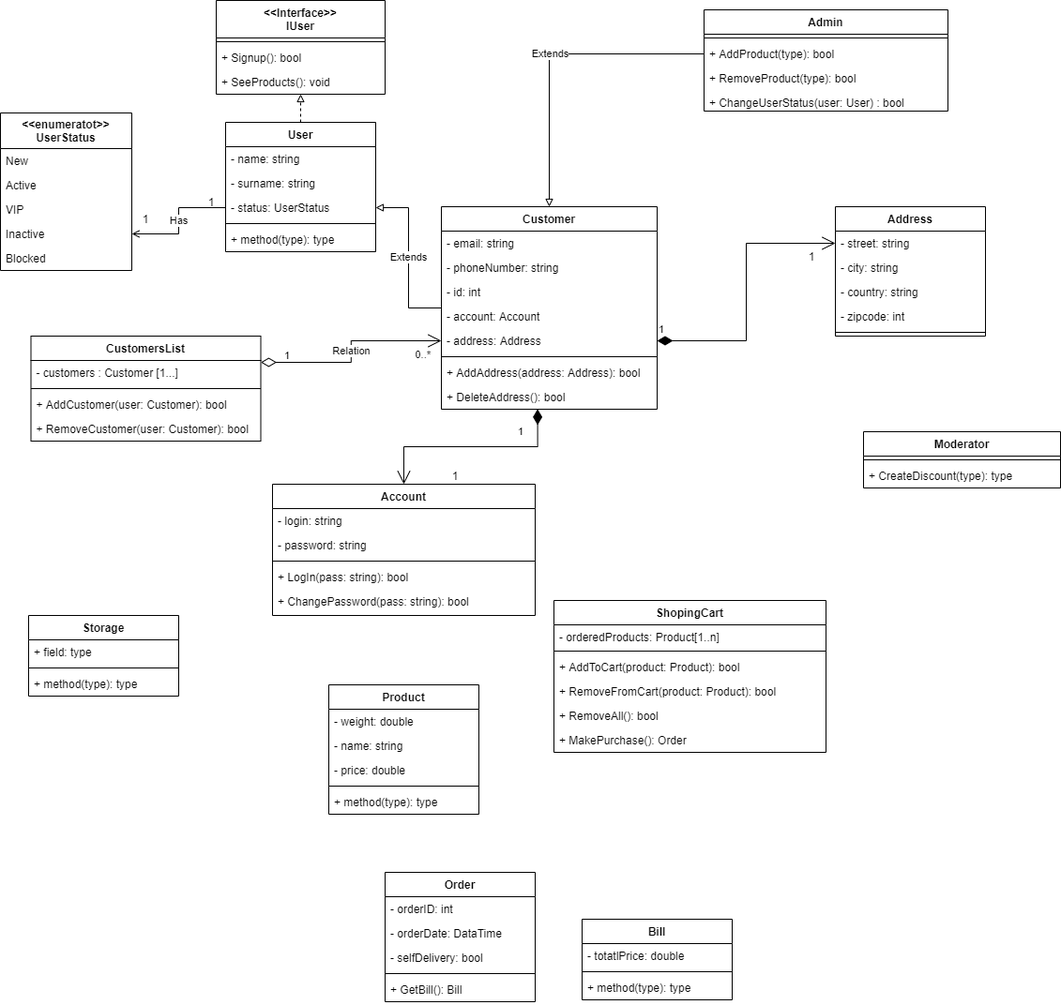
The draw.io diagram ShopConseptualUML.drawio.png in olh-msk/SigmaTask10, before a commit. Source tidied: cells renumbered, new cells last; positions are measured from the earlier drawing's top-left corner, leaving out a move shared by most shapes.
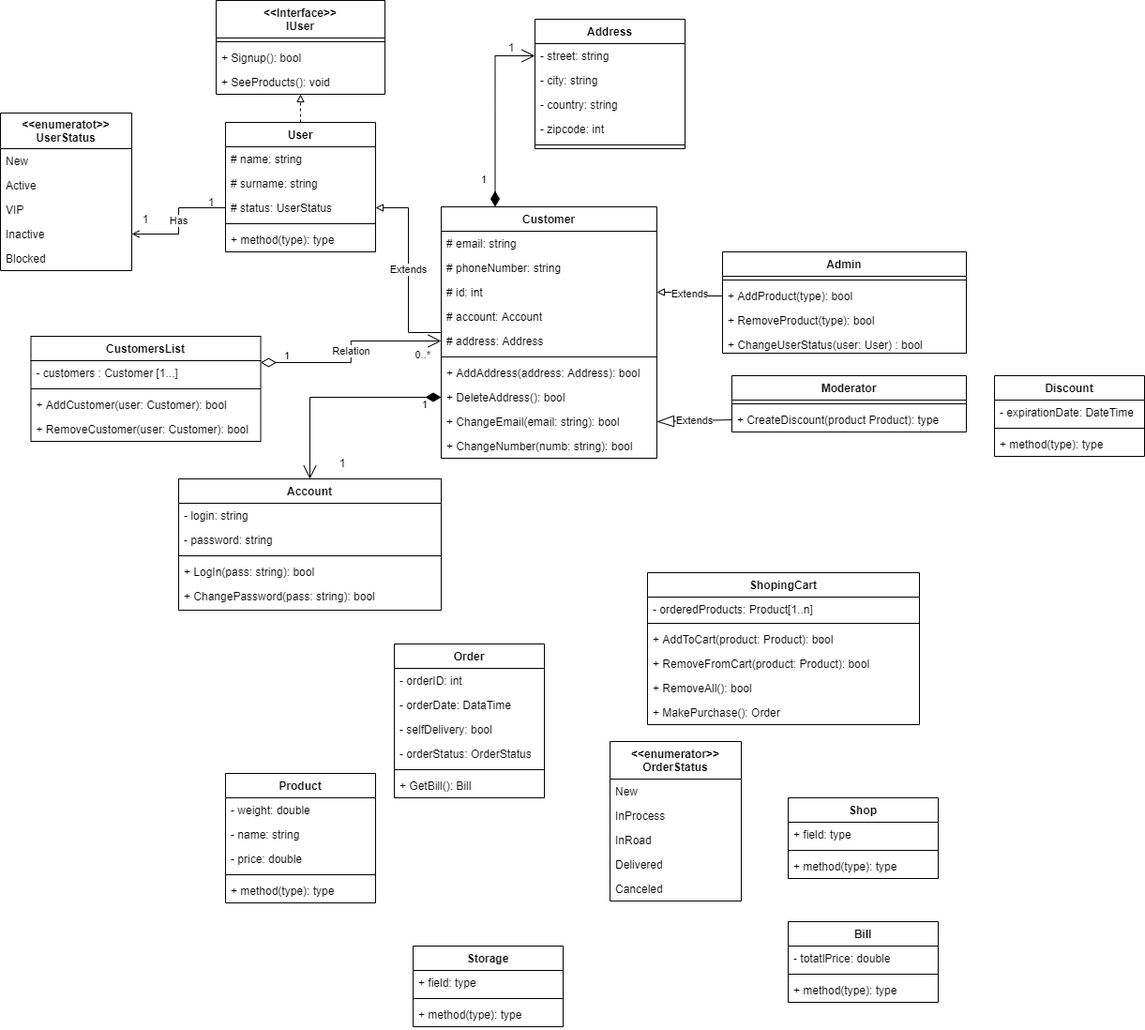
The same diagram one commit later.

The edit, as a diff of the source:
```diff
@@ -15,7 +15,7 @@
       <mxGeometry y="74" width="180" height="26" as="geometry" />
     </mxCell>
     <mxCell id="6" value="Storage" style="swimlane;fontStyle=1;align=center;verticalAlign=top;horizontal=1;startSize=26;" parent="1" vertex="1">
-      <mxGeometry x="30" y="656" width="160" height="86" as="geometry" />
+      <mxGeometry x="440" y="1008" width="160" height="86" as="geometry" />
     </mxCell>
     <mxCell id="7" value="+ field: type" style="text;strokeColor=none;fillColor=none;align=left;verticalAlign=top;spacingLeft=4;spacingRight=4;overflow=hidden;" parent="6" vertex="1">
       <mxGeometry y="26" width="160" height="26" as="geometry" />
@@ -27,7 +27,7 @@
       <mxGeometry y="60" width="160" height="26" as="geometry" />
     </mxCell>
     <mxCell id="10" value="Admin" style="swimlane;fontStyle=1;align=center;verticalAlign=top;horizontal=1;startSize=26;" parent="1" vertex="1">
-      <mxGeometry x="750" y="10" width="260" height="108" as="geometry" />
+      <mxGeometry x="770" y="268" width="260" height="108" as="geometry" />
     </mxCell>
     <mxCell id="11" style="line;strokeWidth=1;fillColor=none;align=left;verticalAlign=middle;spacingTop=-1;spacingLeft=3;spacingRight=3;labelPosition=right;" parent="10" vertex="1">
       <mxGeometry y="26" width="260" height="8" as="geometry" />
@@ -55,13 +55,13 @@
     <mxCell id="17" value="User" style="swimlane;fontStyle=1;align=center;verticalAlign=top;horizontal=1;startSize=26;" parent="1" vertex="1">
       <mxGeometry x="240" y="130" width="160" height="138" as="geometry" />
     </mxCell>
-    <mxCell id="18" value="- name: string" style="text;strokeColor=none;fillColor=none;align=left;verticalAlign=top;spacingLeft=4;spacingRight=4;overflow=hidden;" parent="17" vertex="1">
+    <mxCell id="18" value="# name: string" style="text;strokeColor=none;fillColor=none;align=left;verticalAlign=top;spacingLeft=4;spacingRight=4;overflow=hidden;" parent="17" vertex="1">
       <mxGeometry y="26" width="160" height="26" as="geometry" />
     </mxCell>
-    <mxCell id="19" value="- surname: string" style="text;strokeColor=none;fillColor=none;align=left;verticalAlign=top;spacingLeft=4;spacingRight=4;overflow=hidden;" parent="17" vertex="1">
+    <mxCell id="19" value="# surname: string" style="text;strokeColor=none;fillColor=none;align=left;verticalAlign=top;spacingLeft=4;spacingRight=4;overflow=hidden;" parent="17" vertex="1">
       <mxGeometry y="52" width="160" height="26" as="geometry" />
     </mxCell>
-    <mxCell id="20" value="- status: UserStatus" style="text;strokeColor=none;fillColor=none;align=left;verticalAlign=top;spacingLeft=4;spacingRight=4;overflow=hidden;points=[[0,0.5],[1,0.5]];portConstraint=eastwest;" parent="17" vertex="1">
+    <mxCell id="20" value="# status: UserStatus" style="text;strokeColor=none;fillColor=none;align=left;verticalAlign=top;spacingLeft=4;spacingRight=4;overflow=hidden;points=[[0,0.5],[1,0.5]];portConstraint=eastwest;" parent="17" vertex="1">
       <mxGeometry y="78" width="160" height="26" as="geometry" />
     </mxCell>
     <mxCell id="21" style="line;strokeWidth=1;fillColor=none;align=left;verticalAlign=middle;spacingTop=-1;spacingLeft=3;spacingRight=3;labelPosition=right;" parent="17" vertex="1">
@@ -71,7 +71,7 @@
       <mxGeometry y="112" width="160" height="26" as="geometry" />
     </mxCell>
     <mxCell id="23" value="Address" style="swimlane;fontStyle=1;align=center;verticalAlign=top;horizontal=1;startSize=26;" parent="1" vertex="1">
-      <mxGeometry x="890" y="220" width="160" height="138" as="geometry" />
+      <mxGeometry x="570" y="20" width="160" height="138" as="geometry" />
     </mxCell>
     <mxCell id="24" value="- street: string" style="text;strokeColor=none;fillColor=none;align=left;verticalAlign=top;spacingLeft=4;spacingRight=4;overflow=hidden;points=[[0,0.5],[1,0.5]];portConstraint=eastwest;" parent="23" vertex="1">
       <mxGeometry y="26" width="160" height="26" as="geometry" />
@@ -89,7 +89,7 @@
       <mxGeometry y="130" width="160" height="8" as="geometry" />
     </mxCell>
     <mxCell id="29" value="Account" style="swimlane;fontStyle=1;align=center;verticalAlign=top;horizontal=1;startSize=26;" parent="1" vertex="1">
-      <mxGeometry x="290" y="516" width="280" height="140" as="geometry" />
+      <mxGeometry x="190" y="510" width="280" height="140" as="geometry" />
     </mxCell>
     <mxCell id="30" value="- login: string" style="text;strokeColor=none;fillColor=none;align=left;verticalAlign=top;spacingLeft=4;spacingRight=4;overflow=hidden;" parent="29" vertex="1">
       <mxGeometry y="26" width="280" height="26" as="geometry" />
@@ -110,21 +110,21 @@
       <mxGeometry relative="1" as="geometry" />
     </mxCell>
     <mxCell id="36" value="Customer" style="swimlane;fontStyle=1;align=center;verticalAlign=top;horizontal=1;startSize=26;" parent="1" vertex="1">
-      <mxGeometry x="470" y="220" width="230" height="216" as="geometry" />
+      <mxGeometry x="470" y="220" width="230" height="268" as="geometry" />
     </mxCell>
-    <mxCell id="37" value="- email: string" style="text;strokeColor=none;fillColor=none;align=left;verticalAlign=top;spacingLeft=4;spacingRight=4;overflow=hidden;" parent="36" vertex="1">
+    <mxCell id="37" value="# email: string" style="text;strokeColor=none;fillColor=none;align=left;verticalAlign=top;spacingLeft=4;spacingRight=4;overflow=hidden;" parent="36" vertex="1">
       <mxGeometry y="26" width="230" height="26" as="geometry" />
     </mxCell>
-    <mxCell id="38" value="- phoneNumber: string" style="text;strokeColor=none;fillColor=none;align=left;verticalAlign=top;spacingLeft=4;spacingRight=4;overflow=hidden;" parent="36" vertex="1">
+    <mxCell id="38" value="# phoneNumber: string" style="text;strokeColor=none;fillColor=none;align=left;verticalAlign=top;spacingLeft=4;spacingRight=4;overflow=hidden;" parent="36" vertex="1">
       <mxGeometry y="52" width="230" height="26" as="geometry" />
     </mxCell>
-    <mxCell id="39" value="- id: int" style="text;strokeColor=none;fillColor=none;align=left;verticalAlign=top;spacingLeft=4;spacingRight=4;overflow=hidden;points=[[0,0.5],[1,0.5]];portConstraint=eastwest;" parent="36" vertex="1">
+    <mxCell id="39" value="# id: int" style="text;strokeColor=none;fillColor=none;align=left;verticalAlign=top;spacingLeft=4;spacingRight=4;overflow=hidden;points=[[0,0.5],[1,0.5]];portConstraint=eastwest;" parent="36" vertex="1">
       <mxGeometry y="78" width="230" height="26" as="geometry" />
     </mxCell>
-    <mxCell id="40" value="- account: Account" style="text;strokeColor=none;fillColor=none;align=left;verticalAlign=top;spacingLeft=4;spacingRight=4;overflow=hidden;" parent="36" vertex="1">
+    <mxCell id="40" value="# account: Account" style="text;strokeColor=none;fillColor=none;align=left;verticalAlign=top;spacingLeft=4;spacingRight=4;overflow=hidden;" parent="36" vertex="1">
       <mxGeometry y="104" width="230" height="26" as="geometry" />
     </mxCell>
-    <mxCell id="41" value="- address: Address" style="text;strokeColor=none;fillColor=none;align=left;verticalAlign=top;spacingLeft=4;spacingRight=4;overflow=hidden;points=[[0,0.5],[1,0.5]];portConstraint=eastwest;" parent="36" vertex="1">
+    <mxCell id="41" value="# address: Address" style="text;strokeColor=none;fillColor=none;align=left;verticalAlign=top;spacingLeft=4;spacingRight=4;overflow=hidden;points=[[0,0.5],[1,0.5]];portConstraint=eastwest;" parent="36" vertex="1">
       <mxGeometry y="130" width="230" height="26" as="geometry" />
     </mxCell>
     <mxCell id="42" style="line;strokeWidth=1;fillColor=none;align=left;verticalAlign=middle;spacingTop=-1;spacingLeft=3;spacingRight=3;labelPosition=right;" parent="36" vertex="1">
@@ -136,8 +136,14 @@
     <mxCell id="44" value="+ DeleteAddress(): bool" style="text;strokeColor=none;fillColor=none;align=left;verticalAlign=top;spacingLeft=4;spacingRight=4;overflow=hidden;points=[[0,0.5],[1,0.5]];portConstraint=eastwest;" parent="36" vertex="1">
       <mxGeometry y="190" width="230" height="26" as="geometry" />
     </mxCell>
+    <mxCell id="92" value="+ ChangeEmail(email: string): bool" style="text;strokeColor=none;fillColor=none;align=left;verticalAlign=top;spacingLeft=4;spacingRight=4;overflow=hidden;points=[[0,0.5],[1,0.5]];portConstraint=eastwest;" parent="36" vertex="1">
+      <mxGeometry y="216" width="230" height="26" as="geometry" />
+    </mxCell>
+    <mxCell id="93" value="+ ChangeNumber(numb: string): bool" style="text;strokeColor=none;fillColor=none;align=left;verticalAlign=top;spacingLeft=4;spacingRight=4;overflow=hidden;" parent="36" vertex="1">
+      <mxGeometry y="242" width="230" height="26" as="geometry" />
+    </mxCell>
     <mxCell id="45" value="ShopingCart" style="swimlane;fontStyle=1;align=center;verticalAlign=top;horizontal=1;startSize=26;" parent="1" vertex="1">
-      <mxGeometry x="590" y="640" width="290" height="162" as="geometry" />
+      <mxGeometry x="690" y="610" width="290" height="162" as="geometry" />
     </mxCell>
     <mxCell id="46" value="- orderedProducts: Product[1..n]" style="text;strokeColor=none;fillColor=none;align=left;verticalAlign=top;spacingLeft=4;spacingRight=4;overflow=hidden;" parent="45" vertex="1">
       <mxGeometry y="26" width="290" height="24" as="geometry" />
@@ -181,7 +187,7 @@
     <mxCell id="59" value="1" style="text;html=1;strokeColor=none;fillColor=none;align=center;verticalAlign=middle;whiteSpace=wrap;rounded=0;" parent="1" vertex="1">
       <mxGeometry x="140" y="220" width="30" height="26" as="geometry" />
     </mxCell>
-    <mxCell id="60" value="Extends" style="edgeStyle=orthogonalEdgeStyle;rounded=0;jettySize=auto;html=1;exitX=0;exitY=0.5;exitDx=0;exitDy=0;entryX=0.5;entryY=0;entryDx=0;entryDy=0;endArrow=block;endFill=0;" parent="1" edge="1" source="12" target="36">
+    <mxCell id="60" value="Extends" style="edgeStyle=orthogonalEdgeStyle;rounded=0;jettySize=auto;html=1;exitX=0;exitY=0.5;exitDx=0;exitDy=0;entryX=1;entryY=0.5;entryDx=0;entryDy=0;endArrow=block;endFill=0;" parent="1" edge="1" source="12" target="39">
       <mxGeometry relative="1" as="geometry" />
     </mxCell>
     <mxCell id="61" value="CustomersList" style="swimlane;fontStyle=1;align=center;verticalAlign=top;horizontal=1;startSize=26;" parent="1" vertex="1">
@@ -213,28 +219,30 @@
       </mxGeometry>
     </mxCell>
     <mxCell id="69" value="Moderator" style="swimlane;fontStyle=1;align=center;verticalAlign=top;horizontal=1;startSize=26;" parent="1" vertex="1">
-      <mxGeometry x="920" y="460" width="210" height="60" as="geometry" />
+      <mxGeometry x="780" y="400" width="250" height="60" as="geometry" />
     </mxCell>
     <mxCell id="70" style="line;strokeWidth=1;fillColor=none;align=left;verticalAlign=middle;spacingTop=-1;spacingLeft=3;spacingRight=3;labelPosition=right;" parent="69" vertex="1">
-      <mxGeometry y="26" width="210" height="8" as="geometry" />
+      <mxGeometry y="26" width="250" height="8" as="geometry" />
     </mxCell>
-    <mxCell id="71" value="+ CreateDiscount(type): type" style="text;strokeColor=none;fillColor=none;align=left;verticalAlign=top;spacingLeft=4;spacingRight=4;overflow=hidden;points=[[0,0.5],[1,0.5]];portConstraint=eastwest;" parent="69" vertex="1">
-      <mxGeometry y="34" width="210" height="26" as="geometry" />
+    <mxCell id="71" value="+ CreateDiscount(product Product): type" style="text;strokeColor=none;fillColor=none;align=left;verticalAlign=top;spacingLeft=4;spacingRight=4;overflow=hidden;points=[[0,0.5],[1,0.5]];portConstraint=eastwest;" parent="69" vertex="1">
+      <mxGeometry y="34" width="250" height="26" as="geometry" />
     </mxCell>
-    <mxCell id="72" value="1" style="endArrow=open;html=1;endSize=12;startArrow=diamondThin;startSize=14;startFill=1;edgeStyle=orthogonalEdgeStyle;align=left;verticalAlign=bottom;rounded=0;exitX=0.446;exitY=0.995;exitDx=0;exitDy=0;exitPerimeter=0;entryX=0.5;entryY=0;entryDx=0;entryDy=0;" parent="1" edge="1" source="44" target="29">
-      <mxGeometry x="-0.7" y="-23" relative="1" as="geometry" />
+    <mxCell id="72" value="1" style="endArrow=open;html=1;endSize=12;startArrow=diamondThin;startSize=14;startFill=1;edgeStyle=orthogonalEdgeStyle;align=left;verticalAlign=bottom;rounded=0;exitX=0;exitY=0.5;exitDx=0;exitDy=0;entryX=0.5;entryY=0;entryDx=0;entryDy=0;" parent="1" edge="1" source="44" target="29">
+      <mxGeometry x="-0.81" y="17" relative="1" as="geometry" />
     </mxCell>
     <mxCell id="73" value="1" style="text;html=1;strokeColor=none;fillColor=none;align=center;verticalAlign=middle;whiteSpace=wrap;rounded=0;" parent="1" vertex="1">
-      <mxGeometry x="470" y="502" width="30" height="10" as="geometry" />
+      <mxGeometry x="350" y="488" width="30" height="10" as="geometry" />
     </mxCell>
-    <mxCell id="74" value="1" style="endArrow=open;html=1;endSize=12;startArrow=diamondThin;startSize=14;startFill=1;edgeStyle=orthogonalEdgeStyle;align=left;verticalAlign=bottom;rounded=0;exitX=1;exitY=0.5;exitDx=0;exitDy=0;entryX=0;entryY=0.5;entryDx=0;entryDy=0;" parent="1" edge="1" source="41" target="24">
-      <mxGeometry x="-1" y="3" relative="1" as="geometry" />
+    <mxCell id="74" value="1" style="endArrow=open;html=1;endSize=12;startArrow=diamondThin;startSize=14;startFill=1;edgeStyle=orthogonalEdgeStyle;align=left;verticalAlign=bottom;rounded=0;exitX=0.25;exitY=0;exitDx=0;exitDy=0;entryX=0;entryY=0.5;entryDx=0;entryDy=0;" parent="1" edge="1" source="36" target="24">
+      <mxGeometry x="-0.8" y="18" relative="1" as="geometry">
+        <mxPoint x="1" as="offset" />
+      </mxGeometry>
     </mxCell>
     <mxCell id="75" value="1" style="text;html=1;strokeColor=none;fillColor=none;align=center;verticalAlign=middle;whiteSpace=wrap;rounded=0;" parent="1" vertex="1">
-      <mxGeometry x="850" y="268" width="30" height="10" as="geometry" />
+      <mxGeometry x="530" y="45" width="30" height="10" as="geometry" />
     </mxCell>
     <mxCell id="76" value="Product" style="swimlane;fontStyle=1;align=center;verticalAlign=top;horizontal=1;startSize=26;" parent="1" vertex="1">
-      <mxGeometry x="350" y="730" width="160" height="138" as="geometry" />
+      <mxGeometry x="240" y="824" width="160" height="138" as="geometry" />
     </mxCell>
     <mxCell id="77" value="- weight: double" style="text;strokeColor=none;fillColor=none;align=left;verticalAlign=top;spacingLeft=4;spacingRight=4;overflow=hidden;" parent="76" vertex="1">
       <mxGeometry y="26" width="160" height="26" as="geometry" />
@@ -252,7 +260,7 @@
       <mxGeometry y="112" width="160" height="26" as="geometry" />
     </mxCell>
     <mxCell id="82" value="Bill" style="swimlane;fontStyle=1;align=center;verticalAlign=top;horizontal=1;startSize=26;" parent="1" vertex="1">
-      <mxGeometry x="620" y="980" width="160" height="86" as="geometry" />
+      <mxGeometry x="840" y="982" width="160" height="86" as="geometry" />
     </mxCell>
     <mxCell id="83" value="- totatlPrice: double" style="text;strokeColor=none;fillColor=none;align=left;verticalAlign=top;spacingLeft=4;spacingRight=4;overflow=hidden;" parent="82" vertex="1">
       <mxGeometry y="26" width="160" height="26" as="geometry" />
@@ -264,7 +272,7 @@
       <mxGeometry y="60" width="160" height="26" as="geometry" />
     </mxCell>
     <mxCell id="86" value="Order" style="swimlane;fontStyle=1;align=center;verticalAlign=top;horizontal=1;startSize=26;" parent="1" vertex="1">
-      <mxGeometry x="410" y="930" width="160" height="138" as="geometry" />
+      <mxGeometry x="420" y="686" width="160" height="164" as="geometry" />
     </mxCell>
     <mxCell id="87" value="- orderID: int" style="text;strokeColor=none;fillColor=none;align=left;verticalAlign=top;spacingLeft=4;spacingRight=4;overflow=hidden;" parent="86" vertex="1">
       <mxGeometry y="26" width="160" height="26" as="geometry" />
@@ -275,11 +283,59 @@
     <mxCell id="89" value="- selfDelivery: bool" style="text;strokeColor=none;fillColor=none;align=left;verticalAlign=top;spacingLeft=4;spacingRight=4;overflow=hidden;" parent="86" vertex="1">
       <mxGeometry y="78" width="160" height="26" as="geometry" />
     </mxCell>
+    <mxCell id="94" value="- orderStatus: OrderStatus" style="text;strokeColor=none;fillColor=none;align=left;verticalAlign=top;spacingLeft=4;spacingRight=4;overflow=hidden;" parent="86" vertex="1">
+      <mxGeometry y="104" width="160" height="26" as="geometry" />
+    </mxCell>
     <mxCell id="90" style="line;strokeWidth=1;fillColor=none;align=left;verticalAlign=middle;spacingTop=-1;spacingLeft=3;spacingRight=3;labelPosition=right;" parent="86" vertex="1">
-      <mxGeometry y="104" width="160" height="8" as="geometry" />
+      <mxGeometry y="130" width="160" height="8" as="geometry" />
     </mxCell>
     <mxCell id="91" value="+ GetBill(): Bill" style="text;strokeColor=none;fillColor=none;align=left;verticalAlign=top;spacingLeft=4;spacingRight=4;overflow=hidden;" parent="86" vertex="1">
-      <mxGeometry y="112" width="160" height="26" as="geometry" />
+      <mxGeometry y="138" width="160" height="26" as="geometry" />
     </mxCell>
+    <mxCell id="95" value="Shop" style="swimlane;fontStyle=1;align=center;verticalAlign=top;horizontal=1;startSize=26;" parent="1" vertex="1">
+      <mxGeometry x="840" y="850" width="160" height="86" as="geometry" />
+    </mxCell>
+    <mxCell id="96" value="+ field: type" style="text;strokeColor=none;fillColor=none;align=left;verticalAlign=top;spacingLeft=4;spacingRight=4;overflow=hidden;" parent="95" vertex="1">
+      <mxGeometry y="26" width="160" height="26" as="geometry" />
+    </mxCell>
+    <mxCell id="97" style="line;strokeWidth=1;fillColor=none;align=left;verticalAlign=middle;spacingTop=-1;spacingLeft=3;spacingRight=3;labelPosition=right;" parent="95" vertex="1">
+      <mxGeometry y="52" width="160" height="8" as="geometry" />
+    </mxCell>
+    <mxCell id="98" value="+ method(type): type" style="text;strokeColor=none;fillColor=none;align=left;verticalAlign=top;spacingLeft=4;spacingRight=4;overflow=hidden;" parent="95" vertex="1">
+      <mxGeometry y="60" width="160" height="26" as="geometry" />
+    </mxCell>
+    <mxCell id="99" value="Extends" style="endArrow=blockThin;endSize=16;endFill=0;html=1;rounded=0;entryX=1;entryY=0.5;entryDx=0;entryDy=0;exitX=0;exitY=0.5;exitDx=0;exitDy=0;" parent="1" edge="1" source="71" target="92">
+      <mxGeometry relative="1" as="geometry" />
+    </mxCell>
+    <mxCell id="100" value="Discount" style="swimlane;fontStyle=1;align=center;verticalAlign=top;horizontal=1;startSize=26;" parent="1" vertex="1">
+      <mxGeometry x="1060" y="400" width="160" height="86" as="geometry" />
+    </mxCell>
+    <mxCell id="101" value="- expirationDate: DateTime" style="text;strokeColor=none;fillColor=none;align=left;verticalAlign=top;spacingLeft=4;spacingRight=4;overflow=hidden;" parent="100" vertex="1">
+      <mxGeometry y="26" width="160" height="26" as="geometry" />
+    </mxCell>
+    <mxCell id="102" style="line;strokeWidth=1;fillColor=none;align=left;verticalAlign=middle;spacingTop=-1;spacingLeft=3;spacingRight=3;labelPosition=right;" parent="100" vertex="1">
+      <mxGeometry y="52" width="160" height="8" as="geometry" />
+    </mxCell>
+    <mxCell id="103" value="+ method(type): type" style="text;strokeColor=none;fillColor=none;align=left;verticalAlign=top;spacingLeft=4;spacingRight=4;overflow=hidden;" parent="100" vertex="1">
+      <mxGeometry y="60" width="160" height="26" as="geometry" />
+    </mxCell>
+    <mxCell id="104" value="&lt;&lt;enumerator&gt;&gt;&#10;OrderStatus" style="swimlane;fontStyle=1;horizontal=1;startSize=40;fillColor=none;" parent="1" vertex="1">
+      <mxGeometry x="650" y="790" width="140" height="170" as="geometry" />
+    </mxCell>
+    <mxCell id="105" value="New" style="text;strokeColor=none;fillColor=none;align=left;verticalAlign=top;spacingLeft=4;spacingRight=4;overflow=hidden;" parent="104" vertex="1">
+      <mxGeometry y="40" width="140" height="26" as="geometry" />
+    </mxCell>
+    <mxCell id="106" value="InProcess" style="text;strokeColor=none;fillColor=none;align=left;verticalAlign=top;spacingLeft=4;spacingRight=4;overflow=hidden;" parent="104" vertex="1">
+      <mxGeometry y="66" width="140" height="26" as="geometry" />
+    </mxCell>
+    <mxCell id="107" value="InRoad" style="text;strokeColor=none;fillColor=none;align=left;verticalAlign=top;spacingLeft=4;spacingRight=4;overflow=hidden;" parent="104" vertex="1">
+      <mxGeometry y="92" width="140" height="26" as="geometry" />
+    </mxCell>
+    <mxCell id="108" value="Delivered" style="text;strokeColor=none;fillColor=none;align=left;verticalAlign=top;spacingLeft=4;spacingRight=4;overflow=hidden;" parent="104" vertex="1">
+      <mxGeometry y="118" width="140" height="26" as="geometry" />
+    </mxCell>
+    <mxCell id="109" value="Canceled" style="text;strokeColor=none;fillColor=none;align=left;verticalAlign=top;spacingLeft=4;spacingRight=4;overflow=hidden;" parent="104" vertex="1">
+      <mxGeometry y="144" width="140" height="26" as="geometry" />
+    </mxCell>
   </root>
 </mxGraphModel>
```
